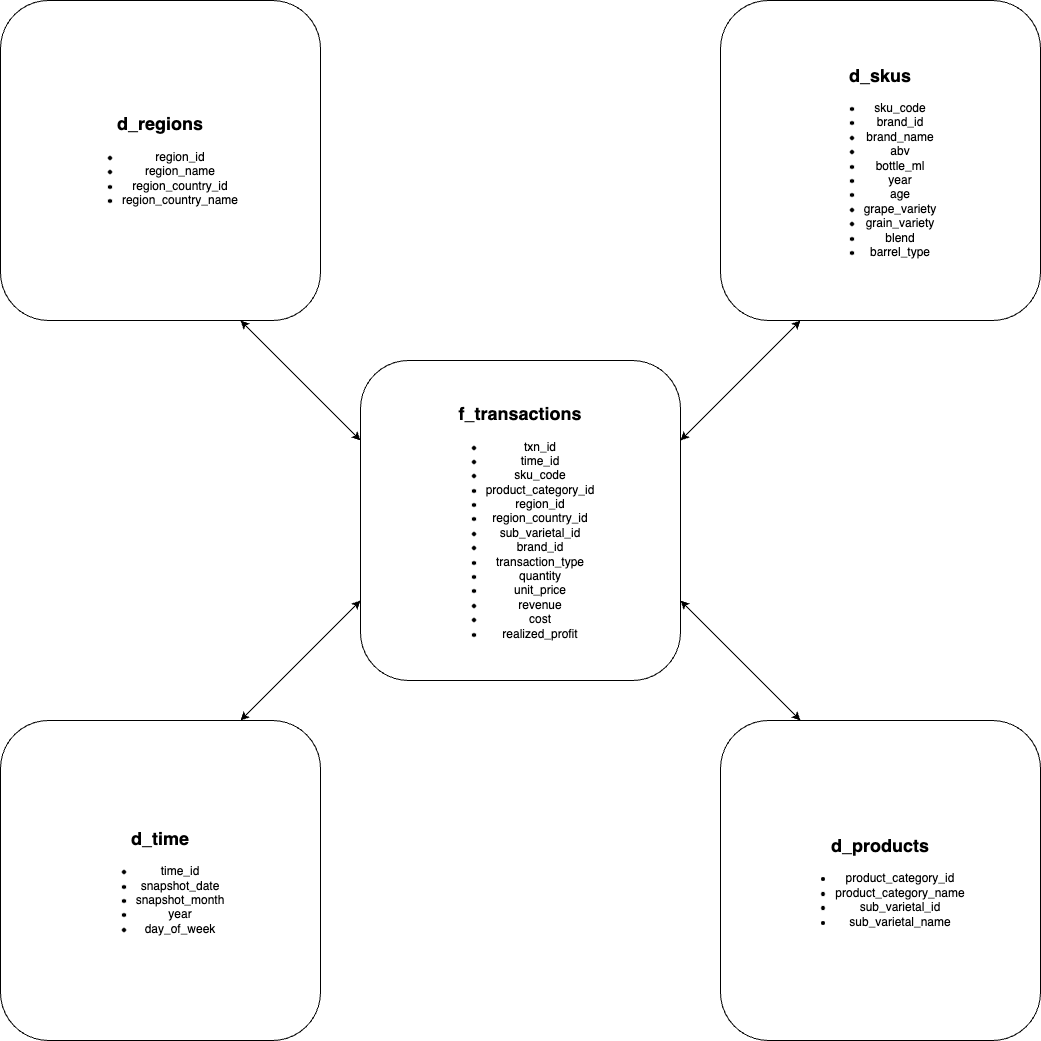
The draw.io diagram fero_datamodel.png in maheshkumar94/fero-test, before a commit. Source tidied: cells renumbered, new cells last; positions are measured from the earlier drawing's top-left corner, leaving out a move shared by most shapes. Its diagram source:
```xml
<mxGraphModel>
  <root>
    <mxCell id="0" />
    <mxCell id="1" parent="0" />
    <mxCell id="2" value="&lt;h2&gt;f_transactions&lt;/h2&gt;&lt;div&gt;&lt;ul&gt;&lt;li&gt;txn_id&lt;/li&gt;&lt;li&gt;time_id&lt;/li&gt;&lt;li&gt;sku_code&lt;/li&gt;&lt;li&gt;product_category_id&lt;/li&gt;&lt;li&gt;region_id&lt;/li&gt;&lt;li&gt;region_country_id&lt;/li&gt;&lt;li&gt;sub_varietal_id&lt;/li&gt;&lt;li&gt;brand_id&lt;/li&gt;&lt;li&gt;transaction_type&lt;/li&gt;&lt;li&gt;quantity&lt;/li&gt;&lt;li&gt;unit_price&lt;/li&gt;&lt;li&gt;revenue&lt;/li&gt;&lt;li&gt;cost&lt;/li&gt;&lt;li&gt;realized_profit&lt;/li&gt;&lt;/ul&gt;&lt;/div&gt;" style="rounded=1;whiteSpace=wrap;html=1;" parent="1" vertex="1">
      <mxGeometry x="360" y="360" width="320" height="320" as="geometry" />
    </mxCell>
    <mxCell id="3" value="&lt;h2&gt;d_products&lt;/h2&gt;&lt;div&gt;&lt;ul&gt;&lt;li&gt;product_category_id&lt;/li&gt;&lt;li&gt;product_category_name&lt;/li&gt;&lt;li&gt;sub_varietal_id&lt;/li&gt;&lt;li&gt;sub_varietal_name&lt;/li&gt;&lt;/ul&gt;&lt;/div&gt;" style="rounded=1;whiteSpace=wrap;html=1;" parent="1" vertex="1">
      <mxGeometry x="720" y="720" width="320" height="320" as="geometry" />
    </mxCell>
    <mxCell id="4" value="&lt;h2&gt;d_skus&lt;/h2&gt;&lt;div&gt;&lt;ul&gt;&lt;li&gt;sku_code&lt;/li&gt;&lt;li&gt;brand_id&lt;/li&gt;&lt;li&gt;brand_name&lt;/li&gt;&lt;li&gt;abv&lt;/li&gt;&lt;li&gt;bottle_ml&lt;/li&gt;&lt;li&gt;year&lt;/li&gt;&lt;li&gt;age&lt;/li&gt;&lt;li&gt;grape_variety&lt;/li&gt;&lt;li&gt;grain_variety&lt;/li&gt;&lt;li&gt;blend&lt;/li&gt;&lt;li&gt;barrel_type&lt;/li&gt;&lt;/ul&gt;&lt;/div&gt;" style="rounded=1;whiteSpace=wrap;html=1;" parent="1" vertex="1">
      <mxGeometry x="720" width="320" height="320" as="geometry" />
    </mxCell>
    <mxCell id="5" value="&lt;h2&gt;d_time&lt;/h2&gt;&lt;div&gt;&lt;ul&gt;&lt;li&gt;time_id&lt;/li&gt;&lt;li&gt;snapshot_date&lt;/li&gt;&lt;li&gt;snapshot_month&lt;/li&gt;&lt;li&gt;year&lt;/li&gt;&lt;li&gt;day_of_week&lt;/li&gt;&lt;/ul&gt;&lt;/div&gt;" style="rounded=1;whiteSpace=wrap;html=1;" parent="1" vertex="1">
      <mxGeometry y="720" width="320" height="320" as="geometry" />
    </mxCell>
    <mxCell id="6" value="&lt;h2&gt;d_regions&lt;/h2&gt;&lt;h2&gt;&lt;div style=&quot;font-size: 12px; font-weight: 400;&quot;&gt;&lt;ul&gt;&lt;li&gt;region_id&lt;/li&gt;&lt;li&gt;region_name&lt;/li&gt;&lt;li&gt;region_country_id&lt;/li&gt;&lt;li&gt;region_country_name&lt;/li&gt;&lt;/ul&gt;&lt;/div&gt;&lt;/h2&gt;" style="rounded=1;whiteSpace=wrap;html=1;" parent="1" vertex="1">
      <mxGeometry width="320" height="320" as="geometry" />
    </mxCell>
    <mxCell id="7" style="endArrow=classic;startArrow=classic;html=1;rounded=0;exitX=0.75;exitY=1;exitDx=0;exitDy=0;entryX=0;entryY=0.25;entryDx=0;entryDy=0;" parent="1" edge="1" source="6" target="2">
      <mxGeometry relative="1" as="geometry" />
    </mxCell>
    <mxCell id="8" style="endArrow=classic;startArrow=classic;html=1;rounded=0;exitX=0.75;exitY=1;exitDx=0;exitDy=0;entryX=1;entryY=0.25;entryDx=0;entryDy=0;" parent="1" edge="1" target="2">
      <mxGeometry relative="1" as="geometry">
        <mxPoint x="800" y="320" as="sourcePoint" />
      </mxGeometry>
    </mxCell>
    <mxCell id="9" style="endArrow=classic;startArrow=classic;html=1;rounded=0;exitX=0;exitY=0.75;exitDx=0;exitDy=0;entryX=0;entryY=0.25;entryDx=0;entryDy=0;" parent="1" edge="1" source="2">
      <mxGeometry relative="1" as="geometry">
        <mxPoint x="240" y="720" as="targetPoint" />
      </mxGeometry>
    </mxCell>
    <mxCell id="10" style="endArrow=classic;startArrow=classic;html=1;rounded=0;exitX=0.75;exitY=1;exitDx=0;exitDy=0;entryX=0;entryY=0.25;entryDx=0;entryDy=0;" parent="1" edge="1">
      <mxGeometry relative="1" as="geometry">
        <mxPoint x="680" y="600" as="sourcePoint" />
        <mxPoint x="800" y="720" as="targetPoint" />
      </mxGeometry>
    </mxCell>
  </root>
</mxGraphModel>
```
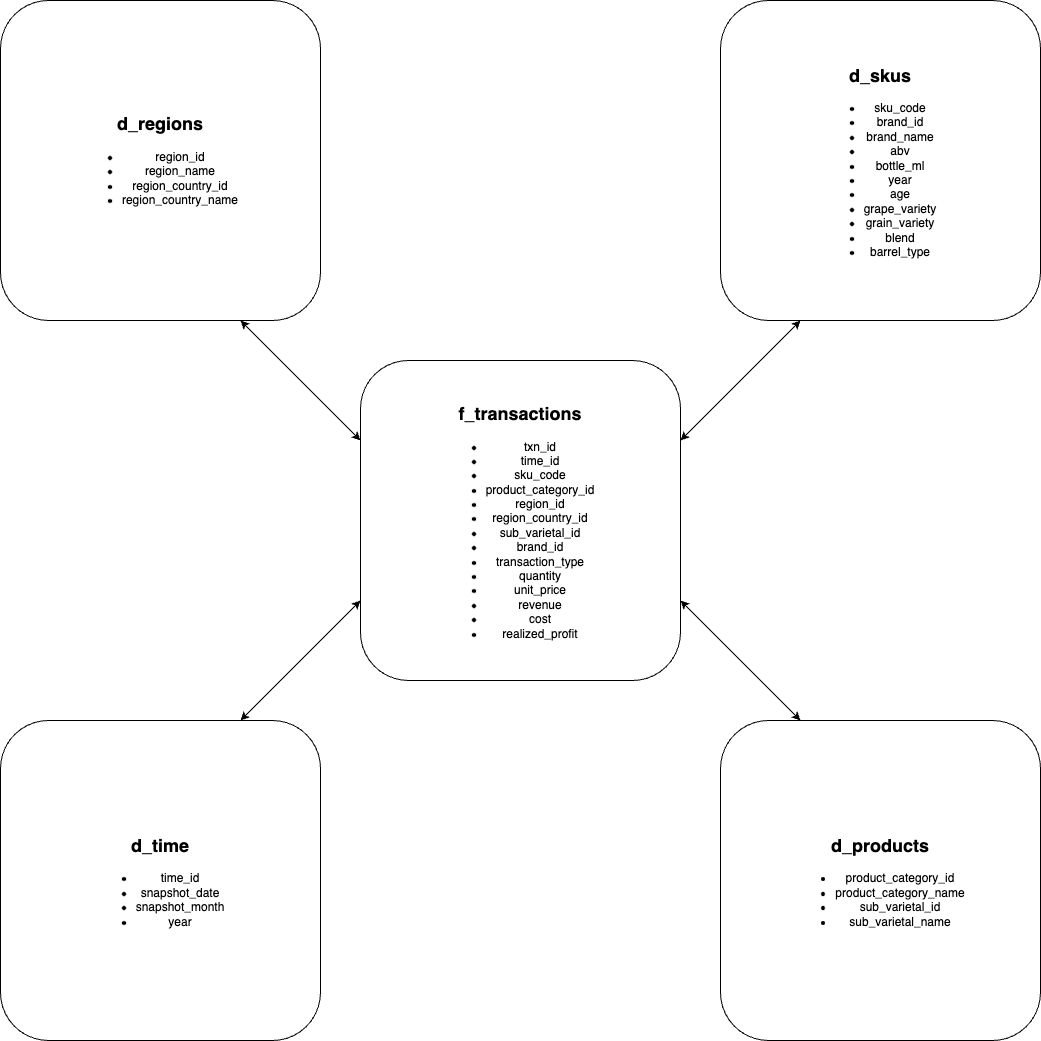
Later version of the same file.

The edit, as a diff of the source:
```diff
@@ -11,7 +11,7 @@
     <mxCell id="4" value="&lt;h2&gt;d_skus&lt;/h2&gt;&lt;div&gt;&lt;ul&gt;&lt;li&gt;sku_code&lt;/li&gt;&lt;li&gt;brand_id&lt;/li&gt;&lt;li&gt;brand_name&lt;/li&gt;&lt;li&gt;abv&lt;/li&gt;&lt;li&gt;bottle_ml&lt;/li&gt;&lt;li&gt;year&lt;/li&gt;&lt;li&gt;age&lt;/li&gt;&lt;li&gt;grape_variety&lt;/li&gt;&lt;li&gt;grain_variety&lt;/li&gt;&lt;li&gt;blend&lt;/li&gt;&lt;li&gt;barrel_type&lt;/li&gt;&lt;/ul&gt;&lt;/div&gt;" style="rounded=1;whiteSpace=wrap;html=1;" parent="1" vertex="1">
       <mxGeometry x="720" width="320" height="320" as="geometry" />
     </mxCell>
-    <mxCell id="5" value="&lt;h2&gt;d_time&lt;/h2&gt;&lt;div&gt;&lt;ul&gt;&lt;li&gt;time_id&lt;/li&gt;&lt;li&gt;snapshot_date&lt;/li&gt;&lt;li&gt;snapshot_month&lt;/li&gt;&lt;li&gt;year&lt;/li&gt;&lt;li&gt;day_of_week&lt;/li&gt;&lt;/ul&gt;&lt;/div&gt;" style="rounded=1;whiteSpace=wrap;html=1;" parent="1" vertex="1">
+    <mxCell id="5" value="&lt;h2&gt;d_time&lt;/h2&gt;&lt;div&gt;&lt;ul&gt;&lt;li&gt;time_id&lt;/li&gt;&lt;li&gt;snapshot_date&lt;/li&gt;&lt;li&gt;snapshot_month&lt;/li&gt;&lt;li&gt;year&lt;/li&gt;&lt;/ul&gt;&lt;/div&gt;" style="rounded=1;whiteSpace=wrap;html=1;" parent="1" vertex="1">
       <mxGeometry y="720" width="320" height="320" as="geometry" />
     </mxCell>
     <mxCell id="6" value="&lt;h2&gt;d_regions&lt;/h2&gt;&lt;h2&gt;&lt;div style=&quot;font-size: 12px; font-weight: 400;&quot;&gt;&lt;ul&gt;&lt;li&gt;region_id&lt;/li&gt;&lt;li&gt;region_name&lt;/li&gt;&lt;li&gt;region_country_id&lt;/li&gt;&lt;li&gt;region_country_name&lt;/li&gt;&lt;/ul&gt;&lt;/div&gt;&lt;/h2&gt;" style="rounded=1;whiteSpace=wrap;html=1;" parent="1" vertex="1">
```
